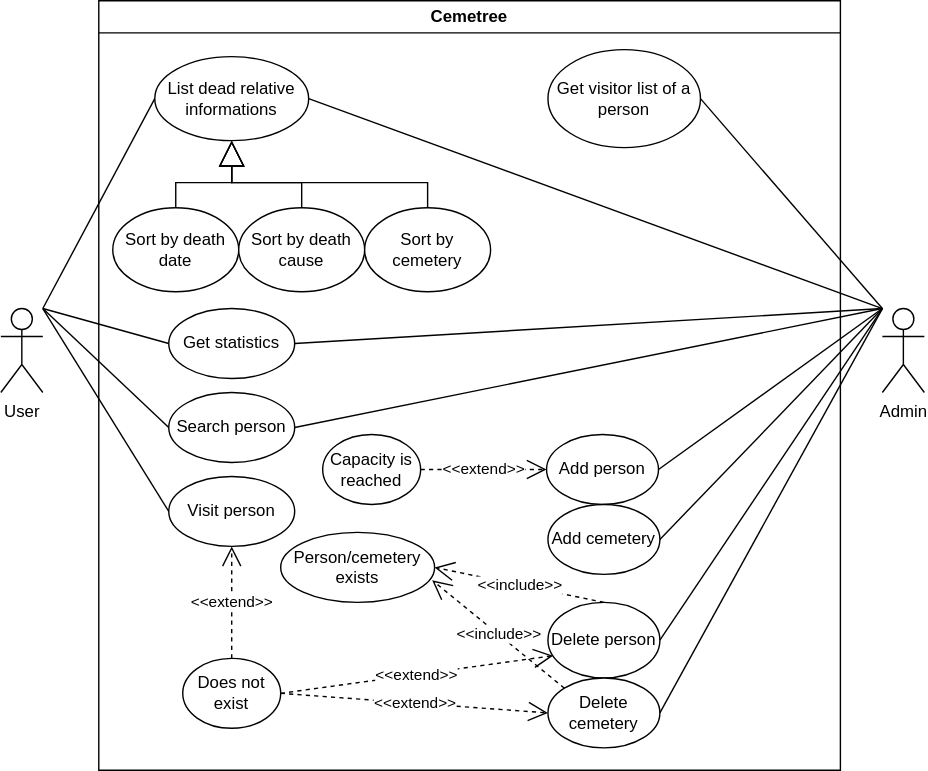
The draw.io diagram diagrams/usecase.svg in Wayedintr/CME-2210-Class-Project, before a commit. Source tidied: cells renumbered, new cells last; positions are measured from the earlier drawing's top-left corner, leaving out a move shared by most shapes. The source it was exported from:
```xml
<mxGraphModel>
  <root>
    <mxCell id="0" />
    <mxCell id="1" parent="0" />
    <mxCell id="2" value="User" style="shape=umlActor;verticalLabelPosition=bottom;verticalAlign=top;html=1;" parent="1" vertex="1">
      <mxGeometry y="220" width="30" height="60" as="geometry" />
    </mxCell>
    <mxCell id="3" value="Admin" style="shape=umlActor;verticalLabelPosition=bottom;verticalAlign=top;html=1;" parent="1" vertex="1">
      <mxGeometry x="630" y="220" width="30" height="60" as="geometry" />
    </mxCell>
    <mxCell id="4" value="Cemetree" style="swimlane;whiteSpace=wrap;html=1;" parent="1" vertex="1">
      <mxGeometry x="70" width="530" height="550" as="geometry" />
    </mxCell>
    <mxCell id="5" value="Add person" style="ellipse;whiteSpace=wrap;html=1;" parent="4" vertex="1">
      <mxGeometry x="320" y="310" width="80" height="50" as="geometry" />
    </mxCell>
    <mxCell id="6" value="Delete person" style="ellipse;whiteSpace=wrap;html=1;" parent="4" vertex="1">
      <mxGeometry x="321" y="430" width="80" height="54" as="geometry" />
    </mxCell>
    <mxCell id="7" value="List dead relative informations" style="ellipse;whiteSpace=wrap;html=1;" parent="4" vertex="1">
      <mxGeometry x="40" y="40" width="110" height="60" as="geometry" />
    </mxCell>
    <mxCell id="8" style="endArrow=none;html=1;rounded=0;exitX=1;exitY=0.5;exitDx=0;exitDy=0;" parent="4" edge="1" source="7">
      <mxGeometry relative="1" as="geometry">
        <mxPoint x="560" y="220" as="targetPoint" />
      </mxGeometry>
    </mxCell>
    <mxCell id="9" value="Add cemetery" style="ellipse;whiteSpace=wrap;html=1;" parent="4" vertex="1">
      <mxGeometry x="321" y="360" width="80" height="50" as="geometry" />
    </mxCell>
    <mxCell id="10" value="Delete cemetery" style="ellipse;whiteSpace=wrap;html=1;" parent="4" vertex="1">
      <mxGeometry x="321" y="484" width="80" height="50" as="geometry" />
    </mxCell>
    <mxCell id="11" value="Get statistics" style="ellipse;whiteSpace=wrap;html=1;" parent="4" vertex="1">
      <mxGeometry x="50" y="220" width="90" height="50" as="geometry" />
    </mxCell>
    <mxCell id="12" style="endArrow=none;html=1;rounded=0;exitX=0;exitY=0.5;exitDx=0;exitDy=0;" parent="4" edge="1" source="11">
      <mxGeometry relative="1" as="geometry">
        <mxPoint x="-40" y="220" as="targetPoint" />
      </mxGeometry>
    </mxCell>
    <mxCell id="13" value="Search person" style="ellipse;whiteSpace=wrap;html=1;" parent="4" vertex="1">
      <mxGeometry x="50" y="280" width="90" height="50" as="geometry" />
    </mxCell>
    <mxCell id="14" style="endArrow=none;html=1;rounded=0;exitX=0;exitY=0.5;exitDx=0;exitDy=0;" parent="4" edge="1" source="13">
      <mxGeometry relative="1" as="geometry">
        <mxPoint x="-40" y="220" as="targetPoint" />
      </mxGeometry>
    </mxCell>
    <mxCell id="15" style="endArrow=none;html=1;rounded=0;exitX=1;exitY=0.5;exitDx=0;exitDy=0;" parent="4" edge="1" source="13">
      <mxGeometry relative="1" as="geometry">
        <mxPoint x="560" y="220" as="targetPoint" />
      </mxGeometry>
    </mxCell>
    <mxCell id="16" value="Sort by death date" style="ellipse;whiteSpace=wrap;html=1;" parent="4" vertex="1">
      <mxGeometry x="10" y="148" width="90" height="60" as="geometry" />
    </mxCell>
    <mxCell id="17" value="Sort by death cause" style="ellipse;whiteSpace=wrap;html=1;" parent="4" vertex="1">
      <mxGeometry x="100" y="148" width="90" height="60" as="geometry" />
    </mxCell>
    <mxCell id="18" value="Sort by cemetery" style="ellipse;whiteSpace=wrap;html=1;" parent="4" vertex="1">
      <mxGeometry x="190" y="148" width="90" height="60" as="geometry" />
    </mxCell>
    <mxCell id="19" style="endArrow=block;endSize=16;endFill=0;html=1;rounded=0;exitX=0.5;exitY=0;exitDx=0;exitDy=0;entryX=0.5;entryY=1;entryDx=0;entryDy=0;" parent="4" edge="1" source="16" target="7">
      <mxGeometry relative="1" as="geometry">
        <Array as="points">
          <mxPoint x="55" y="130" />
          <mxPoint x="95" y="130" />
        </Array>
      </mxGeometry>
    </mxCell>
    <mxCell id="20" style="endArrow=block;endSize=16;endFill=0;html=1;rounded=0;exitX=0.5;exitY=0;exitDx=0;exitDy=0;entryX=0.5;entryY=1;entryDx=0;entryDy=0;" parent="4" edge="1" source="17" target="7">
      <mxGeometry relative="1" as="geometry">
        <Array as="points">
          <mxPoint x="145" y="130" />
          <mxPoint x="95" y="130" />
        </Array>
      </mxGeometry>
    </mxCell>
    <mxCell id="21" style="endArrow=block;endSize=16;endFill=0;html=1;rounded=0;exitX=0.5;exitY=0;exitDx=0;exitDy=0;entryX=0.5;entryY=1;entryDx=0;entryDy=0;" parent="4" edge="1" source="18" target="7">
      <mxGeometry relative="1" as="geometry">
        <Array as="points">
          <mxPoint x="235" y="130" />
          <mxPoint x="95" y="130" />
        </Array>
      </mxGeometry>
    </mxCell>
    <mxCell id="22" value="Does not exist" style="ellipse;whiteSpace=wrap;html=1;" parent="4" vertex="1">
      <mxGeometry x="60" y="470" width="70" height="50" as="geometry" />
    </mxCell>
    <mxCell id="23" value="&amp;lt;&amp;lt;extend&amp;gt;&amp;gt;" style="endArrow=open;endSize=12;dashed=1;html=1;rounded=0;exitX=1;exitY=0.5;exitDx=0;exitDy=0;entryX=0.047;entryY=0.705;entryDx=0;entryDy=0;entryPerimeter=0;" parent="4" edge="1" source="22" target="6">
      <mxGeometry relative="1" as="geometry" />
    </mxCell>
    <mxCell id="24" value="&amp;lt;&amp;lt;extend&amp;gt;&amp;gt;" style="endArrow=open;endSize=12;dashed=1;html=1;rounded=0;exitX=1;exitY=0.5;exitDx=0;exitDy=0;entryX=0;entryY=0.5;entryDx=0;entryDy=0;" parent="4" edge="1" source="22" target="10">
      <mxGeometry relative="1" as="geometry" />
    </mxCell>
    <mxCell id="25" value="Capacity is reached" style="ellipse;whiteSpace=wrap;html=1;" parent="4" vertex="1">
      <mxGeometry x="160" y="310" width="70" height="50" as="geometry" />
    </mxCell>
    <mxCell id="26" value="&amp;lt;&amp;lt;extend&amp;gt;&amp;gt;" style="endArrow=open;endSize=12;dashed=1;html=1;rounded=0;exitX=1;exitY=0.5;exitDx=0;exitDy=0;entryX=0;entryY=0.5;entryDx=0;entryDy=0;" parent="4" edge="1" source="25" target="5">
      <mxGeometry relative="1" as="geometry" />
    </mxCell>
    <mxCell id="27" value="Visit person" style="ellipse;whiteSpace=wrap;html=1;" parent="4" vertex="1">
      <mxGeometry x="50" y="340" width="90" height="50" as="geometry" />
    </mxCell>
    <mxCell id="28" value="Get visitor list of a person" style="ellipse;whiteSpace=wrap;html=1;" parent="4" vertex="1">
      <mxGeometry x="321" y="35" width="109" height="70" as="geometry" />
    </mxCell>
    <mxCell id="29" value="&amp;lt;&amp;lt;extend&amp;gt;&amp;gt;" style="endArrow=open;endSize=12;dashed=1;html=1;rounded=0;exitX=0.5;exitY=0;exitDx=0;exitDy=0;entryX=0.5;entryY=1;entryDx=0;entryDy=0;" parent="4" edge="1" source="22" target="27">
      <mxGeometry relative="1" as="geometry" />
    </mxCell>
    <mxCell id="30" value="Person/cemetery exists" style="ellipse;whiteSpace=wrap;html=1;" parent="4" vertex="1">
      <mxGeometry x="130" y="380" width="110" height="50" as="geometry" />
    </mxCell>
    <mxCell id="31" value="&amp;lt;&amp;lt;include&amp;gt;&amp;gt;" style="endArrow=open;endSize=12;dashed=1;html=1;rounded=0;exitX=0.5;exitY=0;exitDx=0;exitDy=0;entryX=1;entryY=0.5;entryDx=0;entryDy=0;" parent="4" edge="1" source="6" target="30">
      <mxGeometry relative="1" as="geometry" />
    </mxCell>
    <mxCell id="32" value="&amp;lt;&amp;lt;include&amp;gt;&amp;gt;" style="endArrow=open;endSize=12;dashed=1;html=1;rounded=0;exitX=0;exitY=0;exitDx=0;exitDy=0;entryX=0.984;entryY=0.683;entryDx=0;entryDy=0;entryPerimeter=0;" parent="4" edge="1" source="10" target="30">
      <mxGeometry relative="1" as="geometry" />
    </mxCell>
    <mxCell id="33" style="endArrow=none;html=1;rounded=0;exitX=1;exitY=0.5;exitDx=0;exitDy=0;" parent="1" edge="1" source="5">
      <mxGeometry relative="1" as="geometry">
        <mxPoint x="630" y="220" as="targetPoint" />
      </mxGeometry>
    </mxCell>
    <mxCell id="34" style="endArrow=none;html=1;rounded=0;entryX=1;entryY=0.5;entryDx=0;entryDy=0;" parent="1" edge="1" target="6">
      <mxGeometry relative="1" as="geometry">
        <mxPoint x="630" y="220" as="sourcePoint" />
      </mxGeometry>
    </mxCell>
    <mxCell id="35" style="endArrow=none;html=1;rounded=0;entryX=0;entryY=0.5;entryDx=0;entryDy=0;" parent="1" edge="1" target="7">
      <mxGeometry relative="1" as="geometry">
        <mxPoint x="30" y="220" as="sourcePoint" />
      </mxGeometry>
    </mxCell>
    <mxCell id="36" style="endArrow=none;html=1;rounded=0;exitX=1;exitY=0.5;exitDx=0;exitDy=0;" parent="1" edge="1" source="9">
      <mxGeometry relative="1" as="geometry">
        <mxPoint x="630" y="220" as="targetPoint" />
      </mxGeometry>
    </mxCell>
    <mxCell id="37" style="endArrow=none;html=1;rounded=0;exitX=1;exitY=0.5;exitDx=0;exitDy=0;" parent="1" edge="1" source="10">
      <mxGeometry relative="1" as="geometry">
        <mxPoint x="630" y="220" as="targetPoint" />
      </mxGeometry>
    </mxCell>
    <mxCell id="38" style="endArrow=none;html=1;rounded=0;exitX=1;exitY=0.5;exitDx=0;exitDy=0;" parent="1" edge="1" source="11">
      <mxGeometry relative="1" as="geometry">
        <mxPoint x="630" y="220" as="targetPoint" />
      </mxGeometry>
    </mxCell>
    <mxCell id="39" style="ellipse;whiteSpace=wrap;html=1;align=center;fillColor=none;strokeColor=none;perimeter=centerPerimeter;" parent="1" vertex="1">
      <mxGeometry x="375" y="200" width="10" height="10" as="geometry" />
    </mxCell>
    <mxCell id="40" style="endArrow=none;html=1;rounded=0;entryX=0;entryY=0.5;entryDx=0;entryDy=0;" parent="1" edge="1" target="27">
      <mxGeometry relative="1" as="geometry">
        <mxPoint x="30" y="220" as="sourcePoint" />
      </mxGeometry>
    </mxCell>
    <mxCell id="41" style="endArrow=none;html=1;rounded=0;entryX=1;entryY=0.5;entryDx=0;entryDy=0;" parent="1" edge="1" target="28">
      <mxGeometry relative="1" as="geometry">
        <mxPoint x="630" y="220" as="sourcePoint" />
      </mxGeometry>
    </mxCell>
  </root>
</mxGraphModel>
```
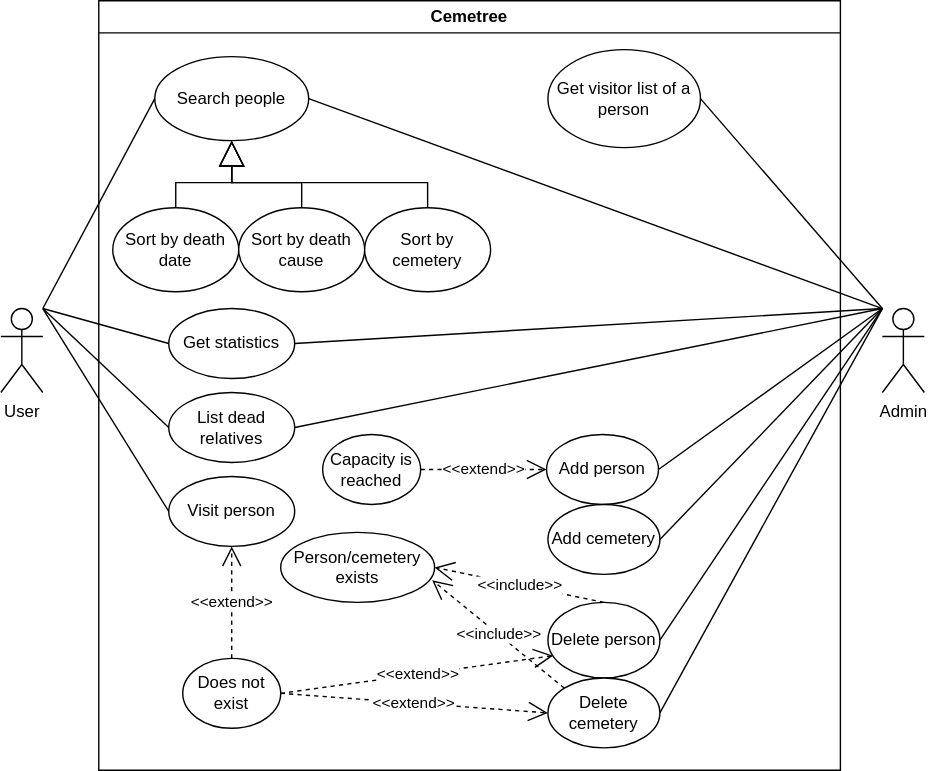
After the commit.

What changed in the source:
```diff
@@ -17,7 +17,7 @@
     <mxCell id="6" value="Delete person" style="ellipse;whiteSpace=wrap;html=1;" parent="4" vertex="1">
       <mxGeometry x="321" y="430" width="80" height="54" as="geometry" />
     </mxCell>
-    <mxCell id="7" value="List dead relative informations" style="ellipse;whiteSpace=wrap;html=1;" parent="4" vertex="1">
+    <mxCell id="7" value="Search people" style="ellipse;whiteSpace=wrap;html=1;" parent="4" vertex="1">
       <mxGeometry x="40" y="40" width="110" height="60" as="geometry" />
     </mxCell>
     <mxCell id="8" style="endArrow=none;html=1;rounded=0;exitX=1;exitY=0.5;exitDx=0;exitDy=0;" parent="4" edge="1" source="7">
@@ -39,7 +39,7 @@
         <mxPoint x="-40" y="220" as="targetPoint" />
       </mxGeometry>
     </mxCell>
-    <mxCell id="13" value="Search person" style="ellipse;whiteSpace=wrap;html=1;" parent="4" vertex="1">
+    <mxCell id="13" value="List dead relatives" style="ellipse;whiteSpace=wrap;html=1;" parent="4" vertex="1">
       <mxGeometry x="50" y="280" width="90" height="50" as="geometry" />
     </mxCell>
     <mxCell id="14" style="endArrow=none;html=1;rounded=0;exitX=0;exitY=0.5;exitDx=0;exitDy=0;" parent="4" edge="1" source="13">
```
